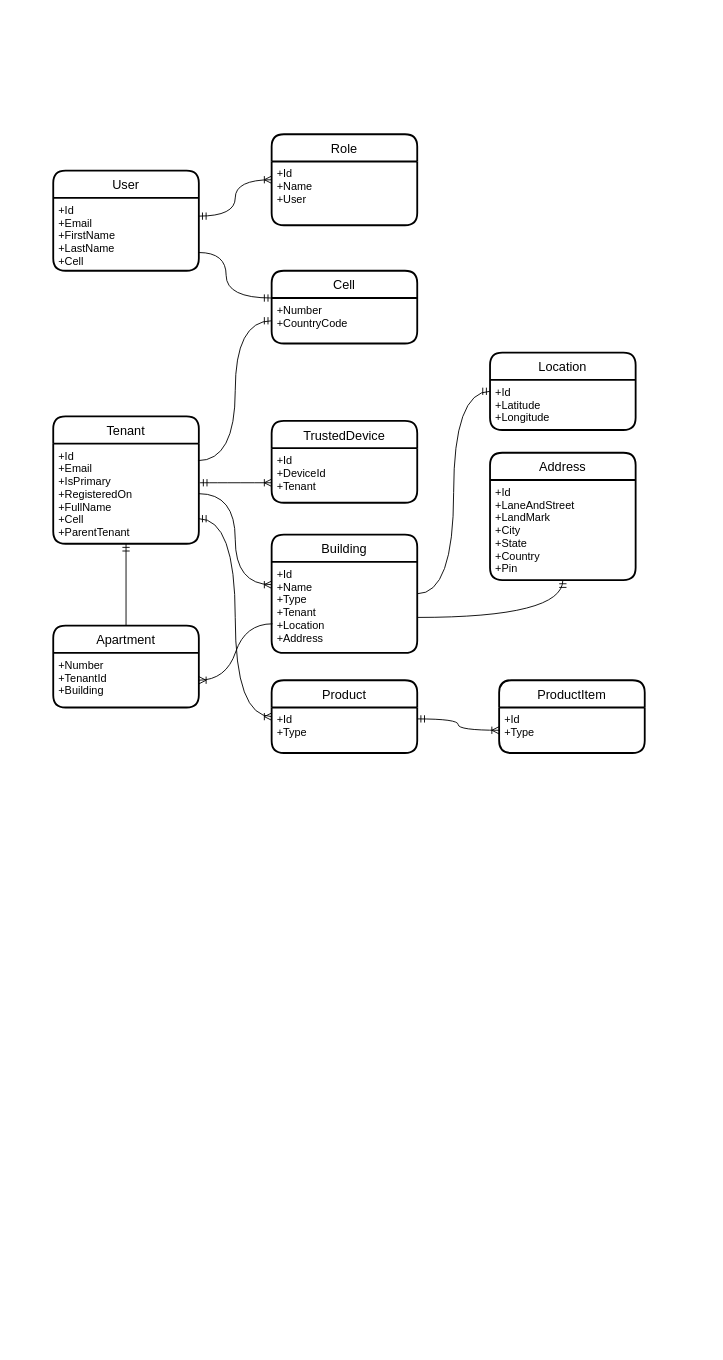
Before: page "DatabaseSchema" (10 of 10) of notes/ArchitecturalDiagrams.drawio in aniruddhand/ciot-capstone, a draw.io diagram. Source tidied: cells renumbered, new cells numbered last; positions are measured from the earlier drawing's top-left corner, leaving out a move shared by most shapes. Both pictures are drawn from the tidied source at 91%, with x=0, y=0 at pixel (53, 134).
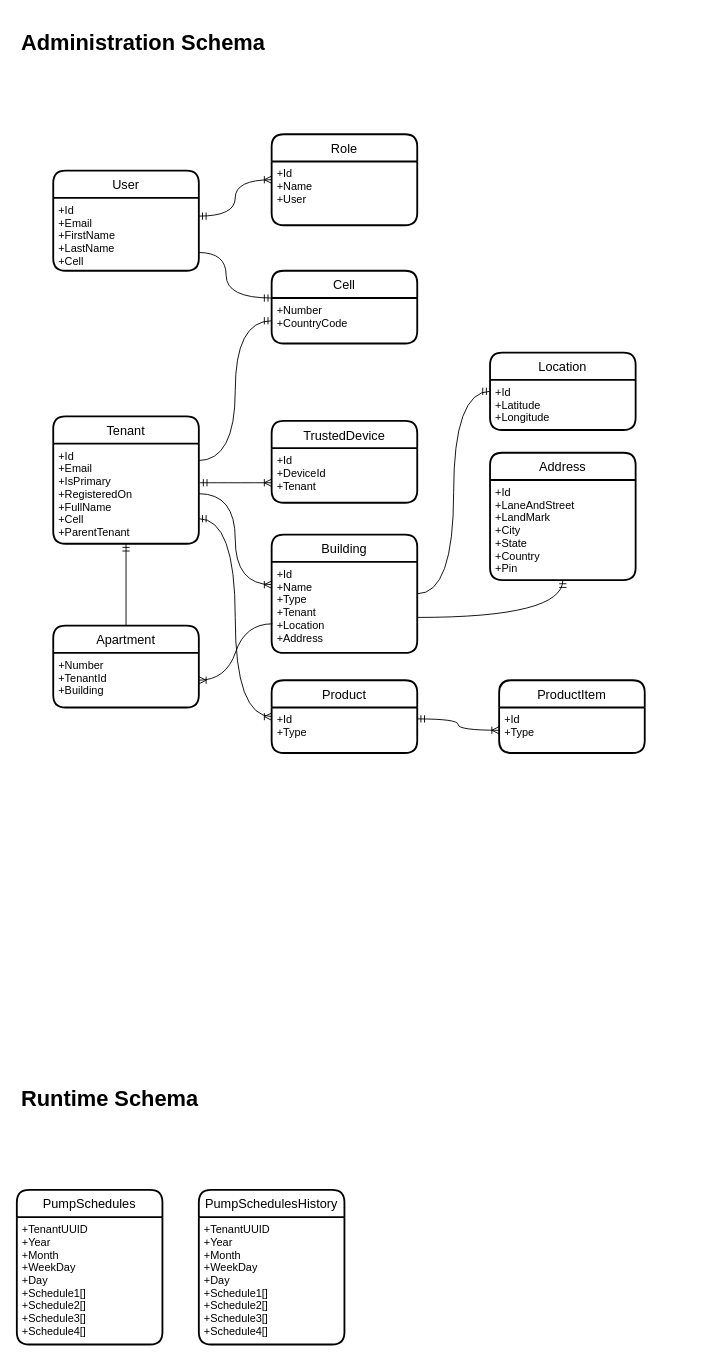
The same page after the edit.

Commit message:
Schema for pump schedules

Change to the diagram source:
```diff
@@
+    <mxCell id="35" value="PumpSchedules" style="swimlane;horizontal=1;startSize=30;rounded=1;fontSize=14;fontStyle=0;strokeWidth=2;shadow=0;dashed=0;align=center;" parent="1" vertex="1">
+      <mxGeometry x="-40" y="1160" width="160" height="170" as="geometry" />
+    </mxCell>
+    <mxCell id="36" value="+TenantUUID&#10;+Year&#10;+Month&#10;+WeekDay&#10;+Day&#10;+Schedule1[]&#10;+Schedule2[]&#10;+Schedule3[]&#10;+Schedule4[]" style="align=left;strokeColor=none;fillColor=none;spacingLeft=4;fontSize=12;verticalAlign=top;" parent="35" vertex="1">
+      <mxGeometry y="30" width="160" height="140" as="geometry" />
+    </mxCell>
+    <mxCell id="37" value="&lt;h1&gt;Administration Schema&lt;br&gt;&lt;/h1&gt;&lt;p&gt;&lt;br&gt;&lt;/p&gt;" style="text;html=1;strokeColor=none;fillColor=none;spacing=5;spacingTop=-20;whiteSpace=wrap;overflow=hidden;rounded=0;" parent="1" vertex="1">
+      <mxGeometry x="-40" y="-120" width="400" height="80" as="geometry" />
+    </mxCell>
+    <mxCell id="38" value="&lt;h1&gt;Runtime Schema&lt;br&gt;&lt;/h1&gt;&lt;p&gt;&lt;br&gt;&lt;/p&gt;" style="text;html=1;strokeColor=none;fillColor=none;spacing=5;spacingTop=-20;whiteSpace=wrap;overflow=hidden;rounded=0;" parent="1" vertex="1">
+      <mxGeometry x="-40" y="1040" width="760" height="80" as="geometry" />
+    </mxCell>
+    <mxCell id="39" value="PumpSchedulesHistory" style="swimlane;horizontal=1;startSize=30;rounded=1;fontSize=14;fontStyle=0;strokeWidth=2;shadow=0;dashed=0;align=center;" parent="1" vertex="1">
+      <mxGeometry x="160" y="1160" width="160" height="170" as="geometry" />
+    </mxCell>
+    <mxCell id="40" value="+TenantUUID&#10;+Year&#10;+Month&#10;+WeekDay&#10;+Day&#10;+Schedule1[]&#10;+Schedule2[]&#10;+Schedule3[]&#10;+Schedule4[]" style="align=left;strokeColor=none;fillColor=none;spacingLeft=4;fontSize=12;verticalAlign=top;" parent="39" vertex="1">
+      <mxGeometry y="30" width="160" height="140" as="geometry" />
+    </mxCell>
```
